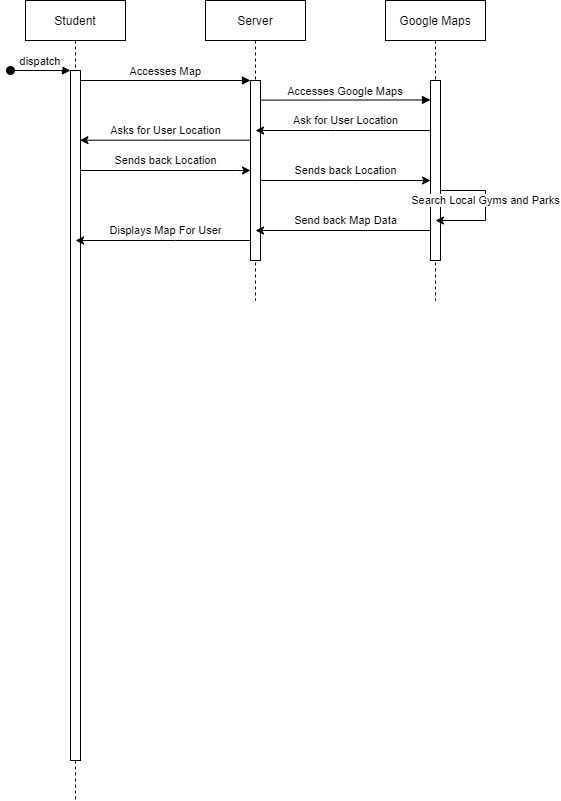
Earlier version of the draw.io export Deliverables/Week_3/Use_Case/Student/Sequence Diagrams/Map.png (Hanandrof/Group-3-Repository). Source tidied: cells renumbered, new cells last; positions are measured from the earlier drawing's top-left corner, leaving out a move shared by most shapes.
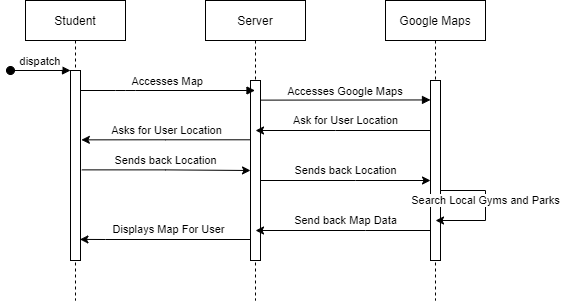
The same file after the commit.

Change to the diagram source:
```diff
@@ -3,10 +3,10 @@
     <mxCell id="0" />
     <mxCell id="1" parent="0" />
     <mxCell id="2" value="Student" style="shape=umlLifeline;perimeter=lifelinePerimeter;rounded=0;shadow=0;strokeWidth=1;" parent="1" vertex="1">
-      <mxGeometry x="15" width="100" height="800" as="geometry" />
+      <mxGeometry x="15" width="100" height="300" as="geometry" />
     </mxCell>
     <mxCell id="3" style="points=[];perimeter=orthogonalPerimeter;rounded=0;shadow=0;strokeWidth=1;" parent="2" vertex="1">
-      <mxGeometry x="45" y="70" width="10" height="690" as="geometry" />
+      <mxGeometry x="45" y="70" width="10" height="190" as="geometry" />
     </mxCell>
     <mxCell id="4" value="dispatch" style="verticalAlign=bottom;startArrow=oval;endArrow=block;startSize=8;shadow=0;strokeWidth=1;" parent="2" edge="1" target="3">
       <mxGeometry relative="1" as="geometry">
@@ -19,8 +19,12 @@
     <mxCell id="6" style="points=[];perimeter=orthogonalPerimeter;rounded=0;shadow=0;strokeWidth=1;" parent="5" vertex="1">
       <mxGeometry x="45" y="80" width="10" height="180" as="geometry" />
     </mxCell>
-    <mxCell id="7" value="Accesses Map" style="verticalAlign=bottom;endArrow=block;entryX=0;entryY=0;shadow=0;strokeWidth=1;" parent="1" edge="1" source="3" target="6">
-      <mxGeometry relative="1" as="geometry" />
+    <mxCell id="7" value="Accesses Map" style="verticalAlign=bottom;endArrow=block;shadow=0;strokeWidth=1;" parent="1" edge="1" source="3" target="5">
+      <mxGeometry relative="1" as="geometry">
+        <Array as="points">
+          <mxPoint x="115" y="90" />
+        </Array>
+      </mxGeometry>
     </mxCell>
     <mxCell id="8" value="Google Maps" style="shape=umlLifeline;perimeter=lifelinePerimeter;rounded=0;shadow=0;strokeWidth=1;" parent="1" vertex="1">
       <mxGeometry x="375" width="100" height="300" as="geometry" />
@@ -57,11 +61,11 @@
         <mxPoint x="-6" y="-10" as="offset" />
       </mxGeometry>
     </mxCell>
-    <mxCell id="15" style="edgeStyle=orthogonalEdgeStyle;rounded=0;jettySize=auto;html=1;" parent="1" edge="1" source="6" target="2">
+    <mxCell id="15" style="edgeStyle=orthogonalEdgeStyle;rounded=0;jettySize=auto;html=1;entryX=0.943;entryY=0.889;entryDx=0;entryDy=0;entryPerimeter=0;" parent="1" edge="1" source="6" target="3">
       <mxGeometry relative="1" as="geometry">
         <Array as="points">
-          <mxPoint x="165" y="240" />
-          <mxPoint x="165" y="240" />
+          <mxPoint x="95" y="239" />
+          <mxPoint x="95" y="239" />
         </Array>
       </mxGeometry>
     </mxCell>
@@ -83,10 +87,10 @@
         <mxPoint x="12.6" y="-9" as="offset" />
       </mxGeometry>
     </mxCell>
-    <mxCell id="19" style="edgeStyle=orthogonalEdgeStyle;rounded=0;jettySize=auto;html=1;entryX=0.943;entryY=0.101;entryDx=0;entryDy=0;entryPerimeter=0;" parent="1" edge="1" source="6" target="3">
+    <mxCell id="19" style="edgeStyle=orthogonalEdgeStyle;rounded=0;jettySize=auto;html=1;entryX=1.086;entryY=0.365;entryDx=0;entryDy=0;entryPerimeter=0;" parent="1" edge="1" source="6" target="3">
       <mxGeometry relative="1" as="geometry">
         <Array as="points">
-          <mxPoint x="155" y="140" />
+          <mxPoint x="155" y="139" />
         </Array>
       </mxGeometry>
     </mxCell>
@@ -95,13 +99,8 @@
         <mxPoint x="19.8" y="-7.7" as="offset" />
       </mxGeometry>
     </mxCell>
-    <mxCell id="21" style="edgeStyle=orthogonalEdgeStyle;rounded=0;jettySize=auto;html=1;" parent="1" edge="1" source="3" target="6">
-      <mxGeometry relative="1" as="geometry">
-        <Array as="points">
-          <mxPoint x="225" y="170" />
-          <mxPoint x="225" y="170" />
-        </Array>
-      </mxGeometry>
+    <mxCell id="21" style="edgeStyle=orthogonalEdgeStyle;rounded=0;jettySize=auto;html=1;exitX=1.133;exitY=0.523;exitDx=0;exitDy=0;exitPerimeter=0;" parent="1" edge="1" source="3" target="6">
+      <mxGeometry relative="1" as="geometry" />
     </mxCell>
     <mxCell id="22" value="Sends back Location" style="edgeLabel;html=1;align=center;verticalAlign=middle;" parent="21" vertex="1">
       <mxGeometry x="0.24" y="-2" relative="1" as="geometry">
```
